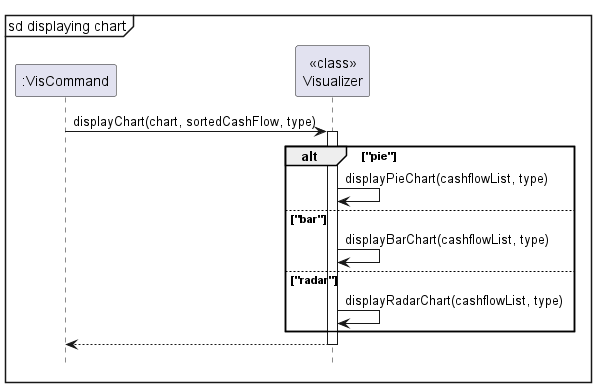
Before: docs/images/vis/visualizerSequence.png, a diagram exported from PlantUML (nus-cs2113-AY2324S1/tp).
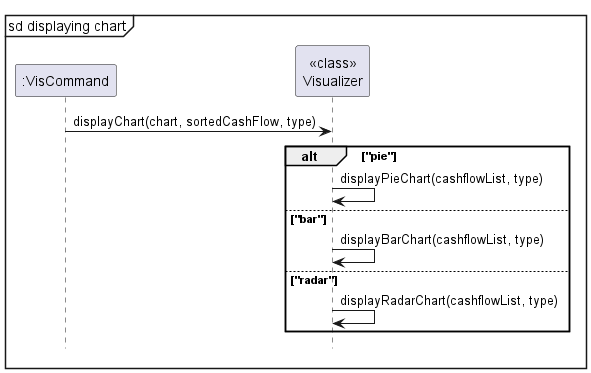
Later version of the same file.

Diff of the diagram source:
```diff
@@ -7,7 +7,7 @@
 
 ":VisCommand"-> "<<class>>\nVisualizer": displayChart(chart, sortedCashFlow, type)
 
-activate "<<class>>\nVisualizer"
+
 
 alt "pie"
     "<<class>>\nVisualizer" -> "<<class>>\nVisualizer": displayPieChart(cashflowList, type)
@@ -17,7 +17,7 @@
     "<<class>>\nVisualizer" -> "<<class>>\nVisualizer": displayRadarChart(cashflowList, type)
 end
 
-return
+
 
 hide footbox
 
```
